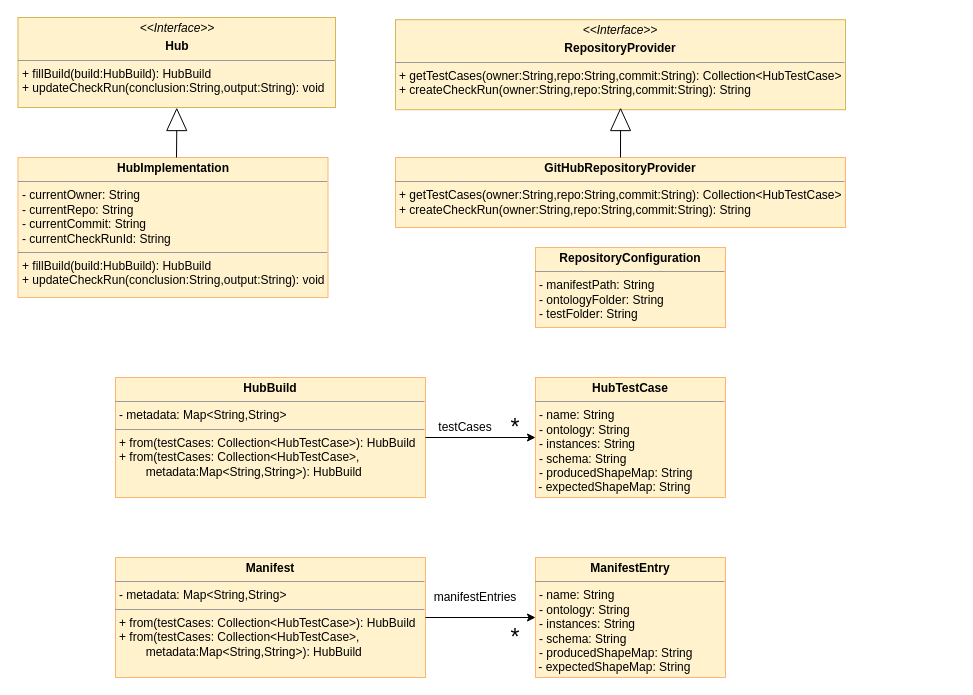
The draw.io diagram docs/images/ontolo-ci-hub.drawio in weso/ontolo-ci, before the edit. Source tidied: cells renumbered, new cells numbered last; positions are measured from the earlier drawing's top-left corner, leaving out a move shared by most shapes. Both pictures are drawn from the tidied source at 100%, with x=0, y=0 at pixel (17, 17).
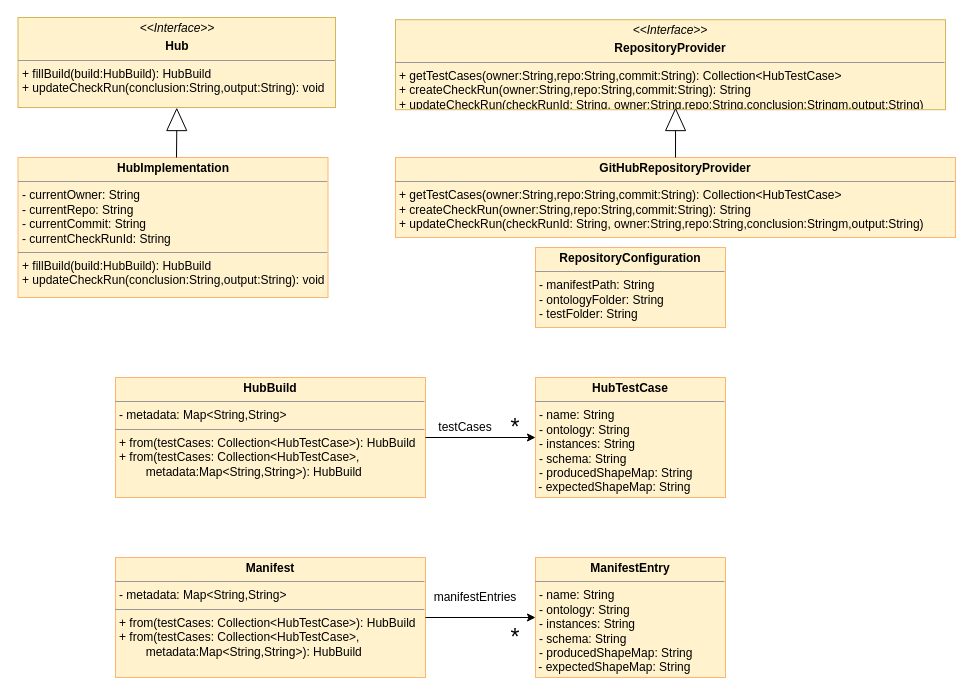
After the change.

Change to the diagram source:
```diff
@@
-    <mxCell id="16" value="&lt;p style=&quot;margin: 0px ; margin-top: 4px ; text-align: center&quot;&gt;&lt;i&gt;&amp;lt;&amp;lt;Interface&amp;gt;&amp;gt;&lt;/i&gt;&lt;/p&gt;&lt;p style=&quot;margin: 0px ; margin-top: 4px ; text-align: center&quot;&gt;&lt;b&gt;RepositoryProvider&lt;/b&gt;&lt;/p&gt;&lt;hr size=&quot;1&quot;&gt;&lt;p style=&quot;margin: 0px ; margin-left: 4px&quot;&gt;+ getTestCases(owner:String,repo:String,commit:String): Collection&amp;lt;HubTestCase&amp;gt;&lt;br&gt;&lt;/p&gt;&lt;p style=&quot;margin: 0px ; margin-left: 4px&quot;&gt;+ createCheckRun(owner:String,repo:String,commit:String): String&lt;br&gt;&lt;/p&gt;" style="verticalAlign=top;align=left;overflow=fill;fontSize=12;fontFamily=Helvetica;html=1;strokeColor=#d6b656;fillColor=#fff2cc;" parent="1" vertex="1">
-      <mxGeometry x="378" y="2.2" width="450" height="90" as="geometry" />
+    <mxCell id="16" value="&lt;p style=&quot;margin: 0px ; margin-top: 4px ; text-align: center&quot;&gt;&lt;i&gt;&amp;lt;&amp;lt;Interface&amp;gt;&amp;gt;&lt;/i&gt;&lt;/p&gt;&lt;p style=&quot;margin: 0px ; margin-top: 4px ; text-align: center&quot;&gt;&lt;b&gt;RepositoryProvider&lt;/b&gt;&lt;/p&gt;&lt;hr size=&quot;1&quot;&gt;&lt;p style=&quot;margin: 0px ; margin-left: 4px&quot;&gt;+ getTestCases(owner:String,repo:String,commit:String): Collection&amp;lt;HubTestCase&amp;gt;&lt;br&gt;&lt;/p&gt;&lt;p style=&quot;margin: 0px ; margin-left: 4px&quot;&gt;+ createCheckRun(owner:String,repo:String,commit:String): String&lt;br&gt;&lt;/p&gt;&lt;p style=&quot;margin: 0px ; margin-left: 4px&quot;&gt;+ updateCheckRun(checkRunId: String, owner:String,repo:String,conclusion:Stringm,output:String)&lt;/p&gt;" style="verticalAlign=top;align=left;overflow=fill;fontSize=12;fontFamily=Helvetica;html=1;strokeColor=#d6b656;fillColor=#fff2cc;" parent="1" vertex="1">
+      <mxGeometry x="378" y="2.2" width="550" height="90" as="geometry" />
     </mxCell>
-    <mxCell id="17" value="&lt;p style=&quot;margin: 0px ; margin-top: 4px ; text-align: center&quot;&gt;&lt;b&gt;GitHubRepositoryProvider&lt;/b&gt;&lt;/p&gt;&lt;hr size=&quot;1&quot;&gt;&lt;p style=&quot;margin: 0px 0px 0px 4px&quot;&gt;+ getTestCases(owner:String,repo:String,commit:String): Collection&amp;lt;HubTestCase&amp;gt;&lt;br&gt;&lt;/p&gt;&lt;p style=&quot;margin: 0px 0px 0px 4px&quot;&gt;+ createCheckRun(owner:String,repo:String,commit:String): String&lt;/p&gt;&lt;p style=&quot;margin: 0px 0px 0px 4px&quot;&gt;&lt;br&gt;&lt;/p&gt;&lt;p style=&quot;margin: 0px 0px 0px 4px&quot;&gt;&lt;br&gt;&lt;/p&gt;" style="verticalAlign=top;align=left;overflow=fill;fontSize=12;fontFamily=Helvetica;html=1;fillColor=#fff2cc;strokeColor=#FFB570;" parent="1" vertex="1">
-      <mxGeometry x="378" y="140" width="450" height="70" as="geometry" />
+    <mxCell id="17" value="&lt;p style=&quot;margin: 0px ; margin-top: 4px ; text-align: center&quot;&gt;&lt;b&gt;GitHubRepositoryProvider&lt;/b&gt;&lt;/p&gt;&lt;hr size=&quot;1&quot;&gt;&lt;p style=&quot;margin: 0px 0px 0px 4px&quot;&gt;+ getTestCases(owner:String,repo:String,commit:String): Collection&amp;lt;HubTestCase&amp;gt;&lt;br&gt;&lt;/p&gt;&lt;p style=&quot;margin: 0px 0px 0px 4px&quot;&gt;+ createCheckRun(owner:String,repo:String,commit:String): String&lt;/p&gt;&lt;p style=&quot;margin: 0px 0px 0px 4px&quot;&gt;+ updateCheckRun(checkRunId: String, owner:String,repo:String,conclusion:Stringm,output:String)&lt;br&gt;&lt;/p&gt;&lt;p style=&quot;margin: 0px 0px 0px 4px&quot;&gt;&lt;br&gt;&lt;/p&gt;&lt;p style=&quot;margin: 0px 0px 0px 4px&quot;&gt;&lt;br&gt;&lt;/p&gt;" style="verticalAlign=top;align=left;overflow=fill;fontSize=12;fontFamily=Helvetica;html=1;fillColor=#fff2cc;strokeColor=#FFB570;" parent="1" vertex="1">
+      <mxGeometry x="378" y="140" width="560" height="80" as="geometry" />
     </mxCell>
     <mxCell id="18" style="triangle;whiteSpace=wrap;html=1;rotation=-90;" parent="1" vertex="1">
-      <mxGeometry x="592.1" y="92.2" width="21.9" height="20" as="geometry" />
+      <mxGeometry x="647.1" y="92.2" width="21.9" height="20" as="geometry" />
     </mxCell>
```
